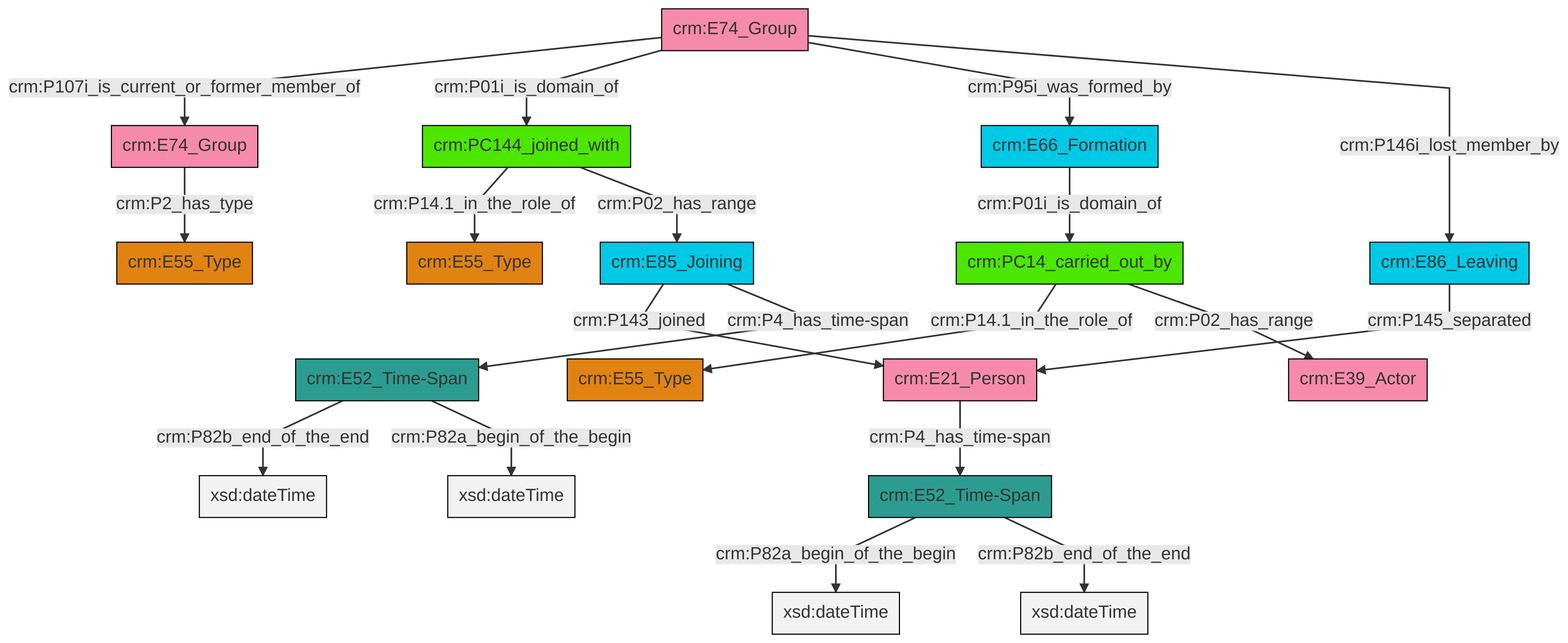
Before: et/groupCSV/ttl/mmd/png/group_actor_relations.png, a diagram exported from Mermaid (swiss-art-research-net/docs.swissartresearch). Its source is kept beside it as et/groupCSV/ttl/mmd/group_actor_relations.ttl.mmd.
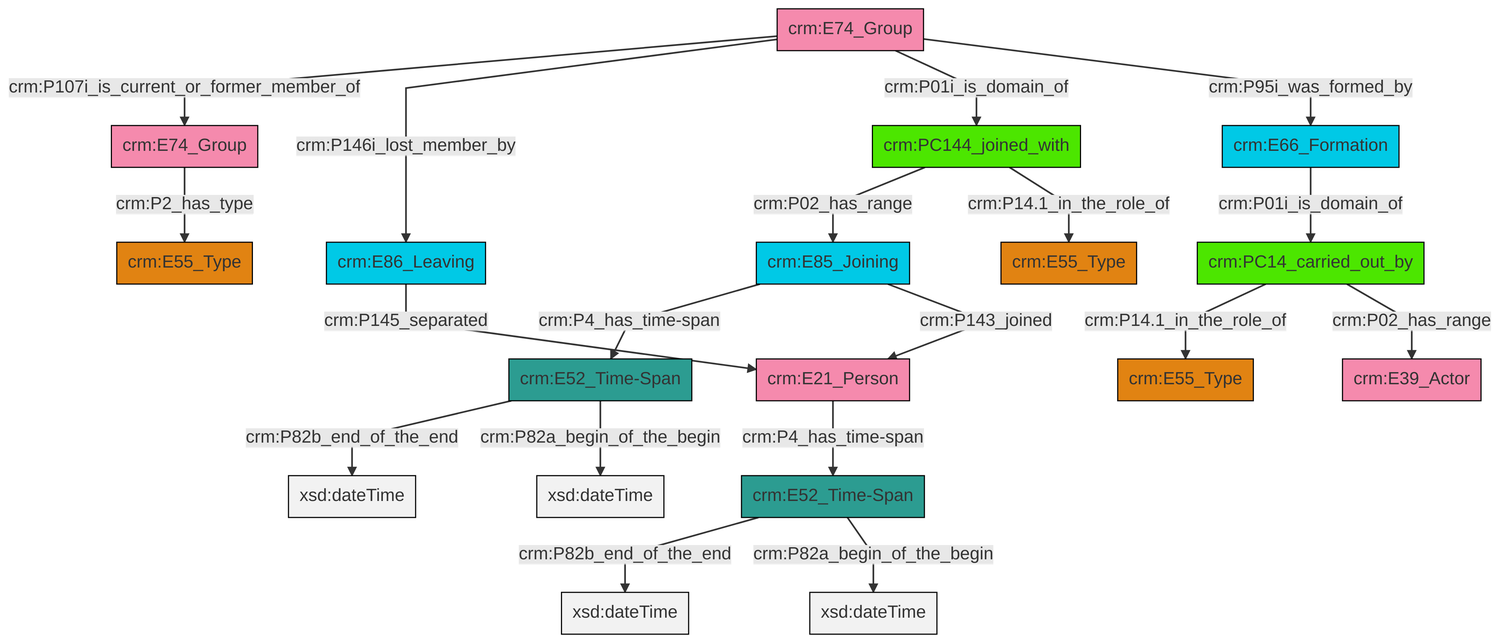
After the change.

The edit, as a diff of the source:
```diff
@@ -13,21 +13,21 @@
 classDef PC_Classes fill:#4ce600, stroke:#000000;
 classDef Multi fill:#cccccc,stroke:#000000;
 
-2["crm:PC144_joined_with"]:::PC_Classes -->|crm:P14.1_in_the_role_of| 3["crm:E55_Type"]:::Type
+0["crm:E74_Group"]:::Actor -->|crm:P107i_is_current_or_former_member_of| 1["crm:E74_Group"]:::Actor
 4["crm:E52_Time-Span"]:::Time-Span -->|crm:P82b_end_of_the_end| 5[xsd:dateTime]:::Literal
-7["crm:E74_Group"]:::Actor -->|crm:P2_has_type| 8["crm:E55_Type"]:::Type
-9["crm:E66_Formation"]:::Temporal_Entity -->|crm:P01i_is_domain_of| 10["crm:PC14_carried_out_by"]:::PC_Classes
-12["crm:E21_Person"]:::Actor -->|crm:P4_has_time-span| 13["crm:E52_Time-Span"]:::Time-Span
-10["crm:PC14_carried_out_by"]:::PC_Classes -->|crm:P14.1_in_the_role_of| 0["crm:E55_Type"]:::Type
-14["crm:E74_Group"]:::Actor -->|crm:P107i_is_current_or_former_member_of| 7["crm:E74_Group"]:::Actor
-17["crm:E85_Joining"]:::Temporal_Entity -->|crm:P143_joined| 12["crm:E21_Person"]:::Actor
-13["crm:E52_Time-Span"]:::Time-Span -->|crm:P82a_begin_of_the_begin| 18[xsd:dateTime]:::Literal
-10["crm:PC14_carried_out_by"]:::PC_Classes -->|crm:P02_has_range| 20["crm:E39_Actor"]:::Actor
-21["crm:E86_Leaving"]:::Temporal_Entity -->|crm:P145_separated| 12["crm:E21_Person"]:::Actor
-2["crm:PC144_joined_with"]:::PC_Classes -->|crm:P02_has_range| 17["crm:E85_Joining"]:::Temporal_Entity
-14["crm:E74_Group"]:::Actor -->|crm:P01i_is_domain_of| 2["crm:PC144_joined_with"]:::PC_Classes
-17["crm:E85_Joining"]:::Temporal_Entity -->|crm:P4_has_time-span| 4["crm:E52_Time-Span"]:::Time-Span
-14["crm:E74_Group"]:::Actor -->|crm:P95i_was_formed_by| 9["crm:E66_Formation"]:::Temporal_Entity
-13["crm:E52_Time-Span"]:::Time-Span -->|crm:P82b_end_of_the_end| 32[xsd:dateTime]:::Literal
-4["crm:E52_Time-Span"]:::Time-Span -->|crm:P82a_begin_of_the_begin| 34[xsd:dateTime]:::Literal
-14["crm:E74_Group"]:::Actor -->|crm:P146i_lost_member_by| 21["crm:E86_Leaving"]:::Temporal_Entity
+8["crm:E66_Formation"]:::Temporal_Entity -->|crm:P01i_is_domain_of| 6["crm:PC14_carried_out_by"]:::PC_Classes
+4["crm:E52_Time-Span"]:::Time-Span -->|crm:P82a_begin_of_the_begin| 15[xsd:dateTime]:::Literal
+0["crm:E74_Group"]:::Actor -->|crm:P146i_lost_member_by| 16["crm:E86_Leaving"]:::Temporal_Entity
+25["crm:PC144_joined_with"]:::PC_Classes -->|crm:P02_has_range| 26["crm:E85_Joining"]:::Temporal_Entity
+26["crm:E85_Joining"]:::Temporal_Entity -->|crm:P4_has_time-span| 4["crm:E52_Time-Span"]:::Time-Span
+22["crm:E52_Time-Span"]:::Time-Span -->|crm:P82b_end_of_the_end| 27[xsd:dateTime]:::Literal
+26["crm:E85_Joining"]:::Temporal_Entity -->|crm:P143_joined| 10["crm:E21_Person"]:::Actor
+22["crm:E52_Time-Span"]:::Time-Span -->|crm:P82a_begin_of_the_begin| 30[xsd:dateTime]:::Literal
+10["crm:E21_Person"]:::Actor -->|crm:P4_has_time-span| 22["crm:E52_Time-Span"]:::Time-Span
+1["crm:E74_Group"]:::Actor -->|crm:P2_has_type| 18["crm:E55_Type"]:::Type
+25["crm:PC144_joined_with"]:::PC_Classes -->|crm:P14.1_in_the_role_of| 13["crm:E55_Type"]:::Type
+6["crm:PC14_carried_out_by"]:::PC_Classes -->|crm:P14.1_in_the_role_of| 20["crm:E55_Type"]:::Type
+16["crm:E86_Leaving"]:::Temporal_Entity -->|crm:P145_separated| 10["crm:E21_Person"]:::Actor
+0["crm:E74_Group"]:::Actor -->|crm:P01i_is_domain_of| 25["crm:PC144_joined_with"]:::PC_Classes
+6["crm:PC14_carried_out_by"]:::PC_Classes -->|crm:P02_has_range| 2["crm:E39_Actor"]:::Actor
+0["crm:E74_Group"]:::Actor -->|crm:P95i_was_formed_by| 8["crm:E66_Formation"]:::Temporal_Entity
```
